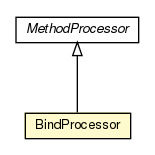
The Graphviz diagram javadocs/main/org/androidtransfuse/analysis/module/BindProcessor.png in johncarl81/transfuse, before a commit. Its source is kept beside it as javadocs/main/org/androidtransfuse/analysis/module/BindProcessor.dot.
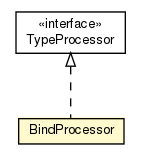
The same file after the commit.

Change to the diagram source:
```diff
@@ -4,15 +4,16 @@
 	node [fontname="Helvetica",fontsize=10,shape=plaintext];
 	nodesep=0.25;
 	ranksep=0.5;
-	c53955 [label=<<table title="org.androidtransfuse.analysis.module.MethodProcessor" border="0" cellborder="1" cellspacing="0" cellpadding="2" port="p" href="./MethodProcessor.html">
+	c58149 [label=<<table title="org.androidtransfuse.analysis.module.TypeProcessor" border="0" cellborder="1" cellspacing="0" cellpadding="2" port="p" href="./TypeProcessor.html">
 		<tr><td><table border="0" cellspacing="0" cellpadding="1">
-<tr><td align="center" balign="center"><font face="Helvetica-Oblique"> MethodProcessor </font></td></tr>
+<tr><td align="center" balign="center"> &#171;interface&#187; </td></tr>
+<tr><td align="center" balign="center"> TypeProcessor </td></tr>
 		</table></td></tr>
 		</table>>, fontname="Helvetica", fontcolor="black", fontsize=10.0];
-	c53958 [label=<<table title="org.androidtransfuse.analysis.module.BindProcessor" border="0" cellborder="1" cellspacing="0" cellpadding="2" port="p" bgcolor="lemonChiffon" href="./BindProcessor.html">
+	c58159 [label=<<table title="org.androidtransfuse.analysis.module.BindProcessor" border="0" cellborder="1" cellspacing="0" cellpadding="2" port="p" bgcolor="lemonChiffon" href="./BindProcessor.html">
 		<tr><td><table border="0" cellspacing="0" cellpadding="1">
 <tr><td align="center" balign="center"> BindProcessor </td></tr>
 		</table></td></tr>
 		</table>>, fontname="Helvetica", fontcolor="black", fontsize=10.0];
-	c53955:p -> c53958:p [dir=back,arrowtail=empty];
+	c58149:p -> c58159:p [dir=back,arrowtail=empty,style=dashed];
 }
```
